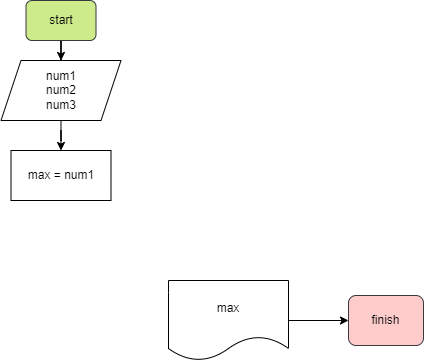
Before: max_3/Поиск максимального среди 3 чисел.png, a diagram exported from draw.io (DariaVolodina000/Hw_sem1). Source tidied: cells renumbered, new cells last; positions are measured from the earlier drawing's top-left corner, leaving out a move shared by most shapes.
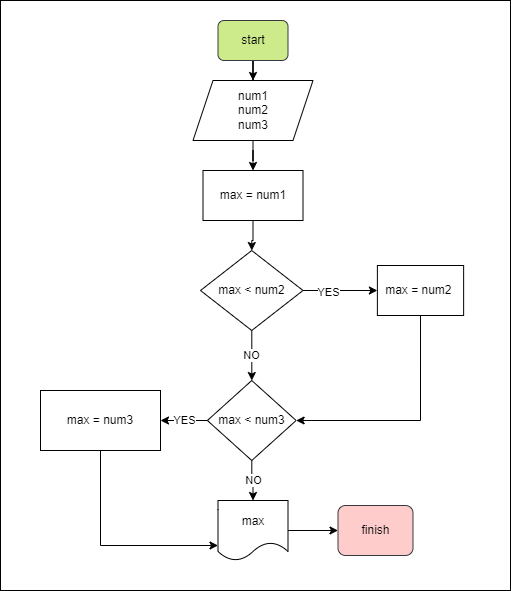
After the commit.

The edit, as a diff of the source:
```diff
@@ -2,6 +2,9 @@
   <root>
     <mxCell id="0" />
     <mxCell id="1" parent="0" />
+    <mxCell id="10" style="rounded=0;whiteSpace=wrap;html=1;" parent="1" vertex="1">
+      <mxGeometry x="-192" y="-20" width="510" height="590" as="geometry" />
+    </mxCell>
     <mxCell id="2" style="edgeStyle=orthogonalEdgeStyle;rounded=0;jettySize=auto;html=1;" parent="1" edge="1" source="3" target="6">
       <mxGeometry relative="1" as="geometry" />
     </mxCell>
@@ -9,7 +12,7 @@
       <mxGeometry x="25.5" width="70" height="40" as="geometry" />
     </mxCell>
     <mxCell id="4" value="finish" style="rounded=1;whiteSpace=wrap;html=1;fillColor=#ffcccc;strokeColor=#36393d;" parent="1" vertex="1">
-      <mxGeometry x="348" y="295" width="75" height="50" as="geometry" />
+      <mxGeometry x="145.5" y="485" width="75" height="50" as="geometry" />
     </mxCell>
     <mxCell id="5" style="edgeStyle=orthogonalEdgeStyle;rounded=0;jettySize=auto;html=1;" parent="1" edge="1" source="6" target="7">
       <mxGeometry relative="1" as="geometry" />
@@ -17,6 +20,9 @@
     <mxCell id="6" value="num1&lt;br&gt;num2&lt;br&gt;num3" style="shape=parallelogram;perimeter=parallelogramPerimeter;whiteSpace=wrap;html=1;fixedSize=1;" parent="1" vertex="1">
       <mxGeometry x="0.5" y="60" width="120" height="60" as="geometry" />
     </mxCell>
+    <mxCell id="11" style="edgeStyle=orthogonalEdgeStyle;rounded=0;jettySize=auto;html=1;" parent="1" edge="1" source="7" target="15">
+      <mxGeometry relative="1" as="geometry" />
+    </mxCell>
     <mxCell id="7" value="max = num1" style="rounded=0;whiteSpace=wrap;html=1;" parent="1" vertex="1">
       <mxGeometry x="10.5" y="150" width="100" height="50" as="geometry" />
     </mxCell>
@@ -24,7 +30,40 @@
       <mxGeometry relative="1" as="geometry" />
     </mxCell>
     <mxCell id="9" value="max" style="shape=document;whiteSpace=wrap;html=1;boundedLbl=1;" parent="1" vertex="1">
-      <mxGeometry x="168" y="280" width="120" height="80" as="geometry" />
+      <mxGeometry x="25.5" y="480" width="70" height="60" as="geometry" />
     </mxCell>
+    <mxCell id="12" style="edgeStyle=orthogonalEdgeStyle;rounded=0;jettySize=auto;html=1;" parent="1" edge="1" source="15" target="17">
+      <mxGeometry relative="1" as="geometry" />
+    </mxCell>
+    <mxCell id="13" value="YES" style="edgeLabel;html=1;align=center;verticalAlign=middle;" parent="12" vertex="1">
+      <mxGeometry x="-0.32" y="-1" relative="1" as="geometry" />
+    </mxCell>
+    <mxCell id="14" value="NO" style="edgeStyle=orthogonalEdgeStyle;rounded=0;jettySize=auto;html=1;" parent="1" edge="1" source="15" target="20">
+      <mxGeometry relative="1" as="geometry" />
+    </mxCell>
+    <mxCell id="15" value="max &amp;lt; num2" style="rhombus;whiteSpace=wrap;html=1;" parent="1" vertex="1">
+      <mxGeometry x="8" y="230" width="102.5" height="80" as="geometry" />
+    </mxCell>
+    <mxCell id="16" style="edgeStyle=orthogonalEdgeStyle;rounded=0;jettySize=auto;html=1;entryX=1;entryY=0.5;entryDx=0;entryDy=0;exitX=0.5;exitY=1;exitDx=0;exitDy=0;" parent="1" edge="1" source="17" target="20">
+      <mxGeometry relative="1" as="geometry" />
+    </mxCell>
+    <mxCell id="17" value="max = num2&amp;nbsp;" style="whiteSpace=wrap;html=1;" parent="1" vertex="1">
+      <mxGeometry x="184.9" y="245" width="86.2" height="50" as="geometry" />
+    </mxCell>
+    <mxCell id="18" value="YES" style="edgeStyle=orthogonalEdgeStyle;rounded=0;jettySize=auto;html=1;" parent="1" edge="1" source="20" target="22">
+      <mxGeometry relative="1" as="geometry" />
+    </mxCell>
+    <mxCell id="19" value="NO" style="edgeStyle=orthogonalEdgeStyle;rounded=0;jettySize=auto;html=1;entryX=0.5;entryY=0;entryDx=0;entryDy=0;" parent="1" edge="1" source="20" target="9">
+      <mxGeometry relative="1" as="geometry" />
+    </mxCell>
+    <mxCell id="20" value="max &amp;lt; num3" style="rhombus;whiteSpace=wrap;html=1;" parent="1" vertex="1">
+      <mxGeometry x="14.9" y="360" width="88.8" height="80" as="geometry" />
+    </mxCell>
+    <mxCell id="21" style="edgeStyle=orthogonalEdgeStyle;rounded=0;jettySize=auto;html=1;entryX=0;entryY=0.75;entryDx=0;entryDy=0;exitX=0.5;exitY=1;exitDx=0;exitDy=0;" parent="1" edge="1" source="22" target="9">
+      <mxGeometry relative="1" as="geometry" />
+    </mxCell>
+    <mxCell id="22" value="max = num3" style="whiteSpace=wrap;html=1;" parent="1" vertex="1">
+      <mxGeometry x="-152" y="370" width="120" height="60" as="geometry" />
+    </mxCell>
   </root>
 </mxGraphModel>
```
